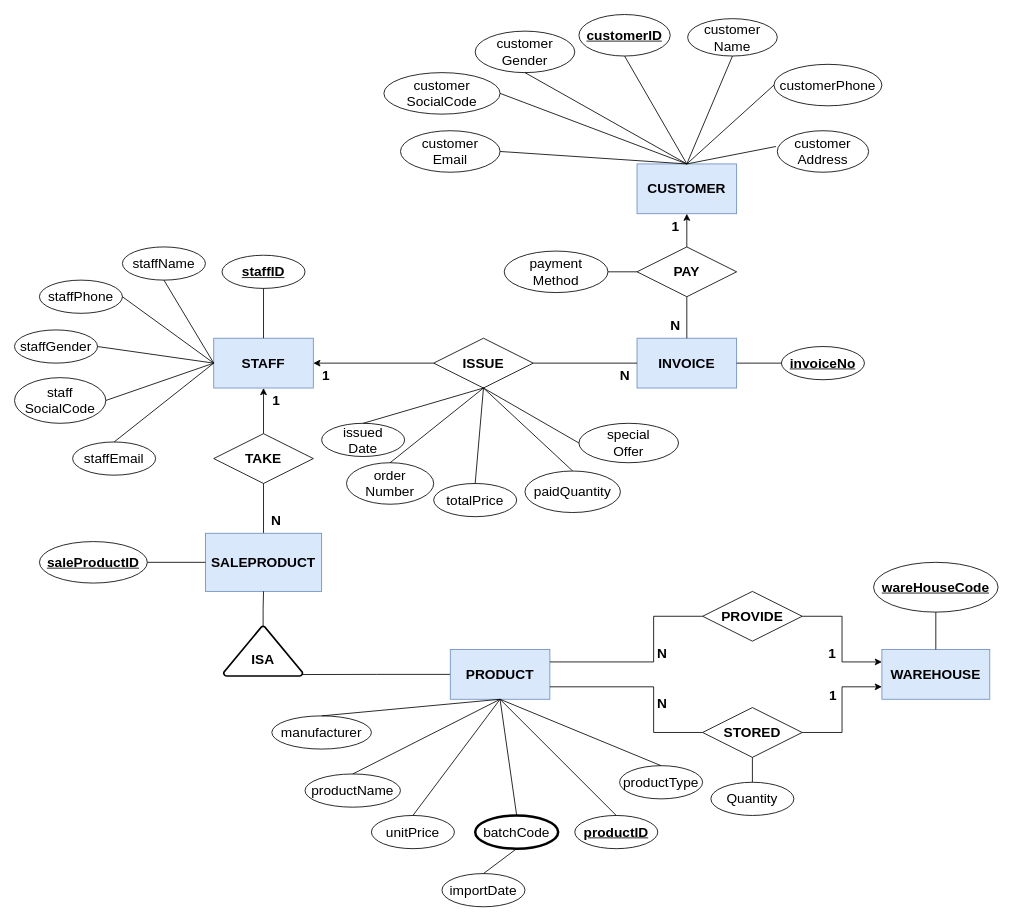
This is ERD.drawio from BradKhai29/DBI202_FinalAssignment, a draw.io file, before an edit. Source tidied: cells renumbered, new cells numbered last; positions are measured from the earlier drawing's top-left corner, leaving out a move shared by most shapes. Both pictures are drawn from the tidied source at 83%, with x=0, y=0 at pixel (14, 14).
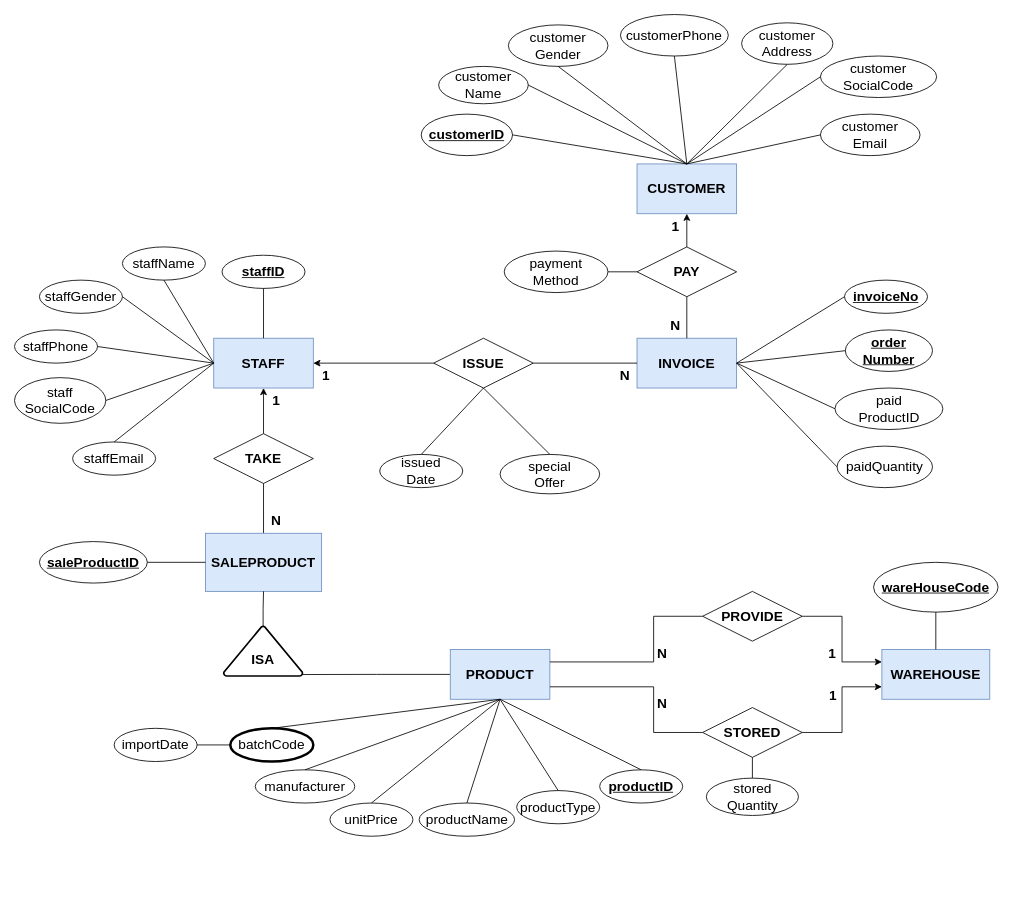
Above is the later version.

The change refers to these unchanged cells:
```xml
<mxCell id="3" value="&lt;span id=&quot;docs-internal-guid-eafbfbee-7fff-0a85-2df2-e815acc4d1be&quot; style=&quot;font-size: 16.5px;&quot;&gt;&lt;span style=&quot;font-size: 16.5px; font-family: Arial; background-color: transparent; font-variant-numeric: normal; font-variant-east-asian: normal; vertical-align: baseline;&quot;&gt;CUSTOMER&lt;/span&gt;&lt;/span&gt;" style="rounded=0;whiteSpace=wrap;html=1;fontStyle=1;fillColor=#dae8fc;strokeColor=#6c8ebf;fontSize=16.5;" parent="1" vertex="1">
  <mxGeometry x="750" y="180" width="120" height="60" as="geometry" />
</mxCell>
<mxCell id="7" value="&lt;span id=&quot;docs-internal-guid-03f4aca6-7fff-a8e5-e9ba-d91f82704c3d&quot; style=&quot;font-size: 16.5px;&quot;&gt;&lt;span style=&quot;font-size: 16.5px; font-family: Arial; background-color: transparent; font-variant-numeric: normal; font-variant-east-asian: normal; vertical-align: baseline;&quot;&gt;INVOICE&lt;/span&gt;&lt;/span&gt;" style="rounded=0;whiteSpace=wrap;html=1;fontStyle=1;fillColor=#dae8fc;strokeColor=#6c8ebf;fontSize=16.5;" parent="1" vertex="1">
  <mxGeometry x="750" y="390" width="120" height="60" as="geometry" />
</mxCell>
<mxCell id="28" value="&lt;span style=&quot;font-size: 16.5px;&quot;&gt;&lt;font style=&quot;font-size: 16.5px;&quot;&gt;ISSUE&lt;/font&gt;&lt;/span&gt;" style="shape=rhombus;perimeter=rhombusPerimeter;whiteSpace=wrap;html=1;align=center;fontStyle=1;fontSize=16.5;" parent="1" vertex="1">
  <mxGeometry x="505" y="390" width="120" height="60" as="geometry" />
</mxCell>
```

What changed in the source:
```diff
@@
-    <mxCell id="17" value="&lt;span style=&quot;font-weight: normal; font-size: 16.5px;&quot;&gt;&lt;font style=&quot;font-size: 16.5px;&quot;&gt;Quantity&lt;/font&gt;&lt;/span&gt;" style="ellipse;whiteSpace=wrap;html=1;align=center;fontStyle=1;fontSize=16.5;" parent="1" vertex="1">
-      <mxGeometry x="839" y="925" width="100" height="40" as="geometry" />
+    <mxCell id="17" value="&lt;span style=&quot;font-weight: normal; font-size: 16.5px;&quot;&gt;&lt;font style=&quot;font-size: 16.5px;&quot;&gt;stored&lt;br&gt;Quantity&lt;/font&gt;&lt;/span&gt;" style="ellipse;whiteSpace=wrap;html=1;align=center;fontStyle=1;fontSize=16.5;" parent="1" vertex="1">
+      <mxGeometry x="833.5" y="920" width="111" height="45" as="geometry" />
     </mxCell>
@@
     <mxCell id="34" value="manufacturer" style="ellipse;whiteSpace=wrap;html=1;align=center;fontSize=16.5;" parent="1" vertex="1">
-      <mxGeometry x="310" y="845" width="120" height="40" as="geometry" />
+      <mxGeometry x="290" y="910" width="120" height="40" as="geometry" />
     </mxCell>
     <mxCell id="35" value="unitPrice" style="ellipse;whiteSpace=wrap;html=1;align=center;fontSize=16.5;" parent="1" vertex="1">
-      <mxGeometry x="430" y="965" width="100" height="40" as="geometry" />
+      <mxGeometry x="380" y="950" width="100" height="40" as="geometry" />
     </mxCell>
     <mxCell id="36" value="productName" style="ellipse;whiteSpace=wrap;html=1;align=center;fontSize=16.5;" parent="1" vertex="1">
-      <mxGeometry x="350" y="915" width="115" height="40" as="geometry" />
+      <mxGeometry x="487.5" y="950" width="115" height="40" as="geometry" />
     </mxCell>
     <mxCell id="37" value="&lt;span id=&quot;docs-internal-guid-5a97de6d-7fff-c634-a1e0-bdd7a97143d5&quot; style=&quot;font-size: 16.5px;&quot;&gt;&lt;span style=&quot;background-color: transparent; font-variant-numeric: normal; font-variant-east-asian: normal; vertical-align: baseline; font-size: 16.5px;&quot;&gt;&lt;font style=&quot;font-size: 16.5px;&quot;&gt;productType&lt;/font&gt;&lt;/span&gt;&lt;/span&gt;" style="ellipse;whiteSpace=wrap;html=1;align=center;fontSize=16.5;" parent="1" vertex="1">
-      <mxGeometry x="729" y="905" width="100" height="40" as="geometry" />
+      <mxGeometry x="605" y="935" width="100" height="40" as="geometry" />
     </mxCell>
     <mxCell id="38" value="&lt;b style=&quot;font-size: 16.5px;&quot;&gt;&lt;font style=&quot;font-size: 16.5px;&quot;&gt;productID&lt;/font&gt;&lt;/b&gt;" style="ellipse;whiteSpace=wrap;html=1;align=center;fontStyle=4;fontSize=16.5;" parent="1" vertex="1">
-      <mxGeometry x="675" y="965" width="100" height="40" as="geometry" />
+      <mxGeometry x="705" y="910" width="100" height="40" as="geometry" />
     </mxCell>
@@
     <mxCell id="41" value="batchCode" style="ellipse;whiteSpace=wrap;html=1;align=center;strokeWidth=3;fontSize=16.5;" parent="1" vertex="1">
-      <mxGeometry x="555" y="965" width="100" height="40" as="geometry" />
+      <mxGeometry x="260" y="860" width="100" height="40" as="geometry" />
     </mxCell>
     <mxCell id="42" value="importDate" style="ellipse;whiteSpace=wrap;html=1;align=center;fontSize=16.5;" parent="1" vertex="1">
-      <mxGeometry x="515" y="1035" width="100" height="40" as="geometry" />
+      <mxGeometry x="120" y="860" width="100" height="40" as="geometry" />
     </mxCell>
-    <mxCell id="43" style="endArrow=none;html=1;rounded=0;fontSize=16.5;exitX=0.5;exitY=0;exitDx=0;exitDy=0;entryX=0.5;entryY=1;entryDx=0;entryDy=0;" parent="1" edge="1" source="42" target="41">
+    <mxCell id="43" style="endArrow=none;html=1;rounded=0;fontSize=16.5;exitX=1;exitY=0.5;exitDx=0;exitDy=0;entryX=0;entryY=0.5;entryDx=0;entryDy=0;" parent="1" edge="1" source="42" target="41">
       <mxGeometry relative="1" as="geometry" />
     </mxCell>
@@
-    <mxCell id="52" value="staffGender" style="ellipse;whiteSpace=wrap;html=1;align=center;strokeWidth=1;fontFamily=Helvetica;fontSize=16.5;" parent="1" vertex="1">
+    <mxCell id="52" value="staffPhone" style="ellipse;whiteSpace=wrap;html=1;align=center;strokeWidth=1;fontFamily=Helvetica;fontSize=16.5;" parent="1" vertex="1">
       <mxGeometry y="380" width="100" height="40" as="geometry" />
     </mxCell>
-    <mxCell id="53" value="staffPhone" style="ellipse;whiteSpace=wrap;html=1;align=center;strokeWidth=1;fontFamily=Helvetica;fontSize=16.5;" parent="1" vertex="1">
+    <mxCell id="53" value="staffGender" style="ellipse;whiteSpace=wrap;html=1;align=center;strokeWidth=1;fontFamily=Helvetica;fontSize=16.5;" parent="1" vertex="1">
       <mxGeometry x="30" y="320" width="100" height="40" as="geometry" />
     </mxCell>
@@
     <mxCell id="62" value="&lt;b style=&quot;font-size: 16.5px;&quot;&gt;customerID&lt;/b&gt;" style="ellipse;whiteSpace=wrap;html=1;align=center;fontStyle=4;strokeWidth=1;fontFamily=Helvetica;fontSize=16.5;" parent="1" vertex="1">
-      <mxGeometry x="680" width="110" height="50" as="geometry" />
+      <mxGeometry x="490" y="120" width="110" height="50" as="geometry" />
     </mxCell>
     <mxCell id="63" value="customer&lt;br style=&quot;font-size: 16.5px;&quot;&gt;Name" style="ellipse;whiteSpace=wrap;html=1;align=center;strokeWidth=1;fontFamily=Helvetica;fontSize=16.5;" parent="1" vertex="1">
-      <mxGeometry x="811" y="5" width="108" height="45" as="geometry" />
+      <mxGeometry x="511" y="62.5" width="108" height="45" as="geometry" />
     </mxCell>
     <mxCell id="64" value="customer&lt;br style=&quot;font-size: 16.5px;&quot;&gt;SocialCode" style="ellipse;whiteSpace=wrap;html=1;align=center;strokeWidth=1;fontFamily=Helvetica;fontSize=16.5;" parent="1" vertex="1">
-      <mxGeometry x="445" y="70" width="140" height="50" as="geometry" />
+      <mxGeometry x="971" y="50" width="140" height="50" as="geometry" />
     </mxCell>
     <mxCell id="65" value="customerPhone" style="ellipse;whiteSpace=wrap;html=1;align=center;strokeWidth=1;fontFamily=Helvetica;fontSize=16.5;" parent="1" vertex="1">
-      <mxGeometry x="915" y="60" width="130" height="50" as="geometry" />
+      <mxGeometry x="730" width="130" height="50" as="geometry" />
     </mxCell>
     <mxCell id="66" value="customer&lt;br style=&quot;font-size: 16.5px;&quot;&gt;Address" style="ellipse;whiteSpace=wrap;html=1;align=center;strokeWidth=1;fontFamily=Helvetica;fontSize=16.5;" parent="1" vertex="1">
-      <mxGeometry x="919" y="140" width="110" height="50" as="geometry" />
+      <mxGeometry x="876" y="10" width="110" height="50" as="geometry" />
     </mxCell>
     <mxCell id="67" value="&lt;span id=&quot;docs-internal-guid-333093ab-7fff-ea09-4fb8-f57cb55c1e04&quot; style=&quot;font-size: 16.5px;&quot;&gt;&lt;span style=&quot;font-size: 16.5px; font-family: Arial; background-color: transparent; font-variant-numeric: normal; font-variant-east-asian: normal; vertical-align: baseline;&quot;&gt;customer&lt;br style=&quot;font-size: 16.5px;&quot;&gt;Email&lt;/span&gt;&lt;/span&gt;" style="ellipse;whiteSpace=wrap;html=1;align=center;strokeWidth=1;fontFamily=Helvetica;fontSize=16.5;" parent="1" vertex="1">
-      <mxGeometry x="465" y="140" width="120" height="50" as="geometry" />
+      <mxGeometry x="971" y="120" width="120" height="50" as="geometry" />
     </mxCell>
     <mxCell id="68" value="customer&lt;br style=&quot;font-size: 16.5px;&quot;&gt;Gender" style="ellipse;whiteSpace=wrap;html=1;align=center;strokeWidth=1;fontFamily=Helvetica;fontSize=16.5;" parent="1" vertex="1">
-      <mxGeometry x="555" y="20" width="120" height="50" as="geometry" />
+      <mxGeometry x="595" y="12.5" width="120" height="50" as="geometry" />
     </mxCell>
-    <mxCell id="69" style="endArrow=none;html=1;rounded=0;fontFamily=Helvetica;fontSize=16.5;exitX=0.5;exitY=0;exitDx=0;exitDy=0;entryX=0.5;entryY=1;entryDx=0;entryDy=0;" parent="1" edge="1" source="3" target="63">
+    <mxCell id="69" style="endArrow=none;html=1;rounded=0;fontFamily=Helvetica;fontSize=16.5;exitX=0.5;exitY=0;exitDx=0;exitDy=0;entryX=1;entryY=0.5;entryDx=0;entryDy=0;" parent="1" edge="1" source="3" target="63">
       <mxGeometry relative="1" as="geometry" />
     </mxCell>
-    <mxCell id="70" style="endArrow=none;html=1;rounded=0;fontFamily=Helvetica;fontSize=16.5;exitX=0.5;exitY=0;exitDx=0;exitDy=0;entryX=0;entryY=0.5;entryDx=0;entryDy=0;" parent="1" edge="1" source="3" target="65">
+    <mxCell id="70" style="endArrow=none;html=1;rounded=0;fontFamily=Helvetica;fontSize=16.5;exitX=0.5;exitY=0;exitDx=0;exitDy=0;entryX=0.5;entryY=1;entryDx=0;entryDy=0;" parent="1" edge="1" source="3" target="65">
       <mxGeometry relative="1" as="geometry" />
     </mxCell>
-    <mxCell id="71" style="endArrow=none;html=1;rounded=0;fontFamily=Helvetica;fontSize=16.5;exitX=0.5;exitY=0;exitDx=0;exitDy=0;entryX=-0.015;entryY=0.38;entryDx=0;entryDy=0;entryPerimeter=0;" parent="1" edge="1" source="3" target="66">
+    <mxCell id="71" style="endArrow=none;html=1;rounded=0;fontFamily=Helvetica;fontSize=16.5;exitX=0.5;exitY=0;exitDx=0;exitDy=0;entryX=0.5;entryY=1;entryDx=0;entryDy=0;" parent="1" edge="1" source="3" target="66">
       <mxGeometry relative="1" as="geometry" />
     </mxCell>
-    <mxCell id="72" style="endArrow=none;html=1;rounded=0;fontFamily=Helvetica;fontSize=16.5;exitX=0.5;exitY=0;exitDx=0;exitDy=0;entryX=1;entryY=0.5;entryDx=0;entryDy=0;" parent="1" edge="1" source="3" target="64">
+    <mxCell id="72" style="endArrow=none;html=1;rounded=0;fontFamily=Helvetica;fontSize=16.5;exitX=0.5;exitY=0;exitDx=0;exitDy=0;entryX=0;entryY=0.5;entryDx=0;entryDy=0;" parent="1" edge="1" source="3" target="64">
       <mxGeometry relative="1" as="geometry" />
     </mxCell>
@@
-    <mxCell id="74" style="endArrow=none;html=1;rounded=0;fontFamily=Helvetica;fontSize=16.5;exitX=1;exitY=0.5;exitDx=0;exitDy=0;entryX=0.5;entryY=0;entryDx=0;entryDy=0;" parent="1" edge="1" source="67" target="3">
+    <mxCell id="74" style="endArrow=none;html=1;rounded=0;fontFamily=Helvetica;fontSize=16.5;exitX=0;exitY=0.5;exitDx=0;exitDy=0;entryX=0.5;entryY=0;entryDx=0;entryDy=0;" parent="1" edge="1" source="67" target="3">
       <mxGeometry relative="1" as="geometry" />
     </mxCell>
-    <mxCell id="75" style="endArrow=none;html=1;rounded=0;fontFamily=Helvetica;fontSize=16.5;exitX=0.5;exitY=0;exitDx=0;exitDy=0;entryX=0.5;entryY=1;entryDx=0;entryDy=0;" parent="1" edge="1" source="3" target="62">
+    <mxCell id="75" style="endArrow=none;html=1;rounded=0;fontFamily=Helvetica;fontSize=16.5;exitX=0.5;exitY=0;exitDx=0;exitDy=0;entryX=1;entryY=0.5;entryDx=0;entryDy=0;" parent="1" edge="1" source="3" target="62">
       <mxGeometry relative="1" as="geometry" />
     </mxCell>
-    <mxCell id="76" value="&lt;span style=&quot;font-weight: normal; font-size: 16.5px;&quot;&gt;paidQuantity&lt;/span&gt;" style="ellipse;whiteSpace=wrap;html=1;align=center;fontStyle=1;fontSize=16.5;" parent="1" vertex="1">
-      <mxGeometry x="615" y="550" width="115" height="50" as="geometry" />
-    </mxCell>
-    <mxCell id="77" style="endArrow=none;html=1;rounded=0;fontFamily=Helvetica;fontSize=16.5;exitX=0.5;exitY=1;exitDx=0;exitDy=0;entryX=0.5;entryY=0;entryDx=0;entryDy=0;" parent="1" edge="1" source="28" target="76">
-      <mxGeometry relative="1" as="geometry" />
-    </mxCell>
     <mxCell id="78" value="&lt;b style=&quot;font-size: 16.5px;&quot;&gt;invoiceNo&lt;/b&gt;" style="ellipse;whiteSpace=wrap;html=1;align=center;fontStyle=4;strokeWidth=1;fontFamily=Helvetica;fontSize=16.5;" parent="1" vertex="1">
-      <mxGeometry x="924" y="400" width="100" height="40" as="geometry" />
+      <mxGeometry x="1000" y="320" width="100" height="40" as="geometry" />
     </mxCell>
@@
     <mxCell id="80" value="special&lt;br style=&quot;font-size: 16.5px;&quot;&gt;Offer" style="ellipse;whiteSpace=wrap;html=1;align=center;strokeWidth=1;fontFamily=Helvetica;fontSize=16.5;" parent="1" vertex="1">
-      <mxGeometry x="680" y="492.5" width="120" height="47.5" as="geometry" />
+      <mxGeometry x="585" y="530" width="120" height="47.5" as="geometry" />
     </mxCell>
-    <mxCell id="81" value="&lt;span style=&quot;font-weight: normal; font-size: 16.5px;&quot;&gt;totalPrice&lt;/span&gt;" style="ellipse;whiteSpace=wrap;html=1;align=center;fontStyle=1;fontSize=16.5;" parent="1" vertex="1">
-      <mxGeometry x="505" y="565" width="100" height="40" as="geometry" />
-    </mxCell>
-    <mxCell id="82" style="endArrow=none;html=1;rounded=0;fontFamily=Helvetica;fontSize=16.5;exitX=0.5;exitY=1;exitDx=0;exitDy=0;entryX=0.5;entryY=0;entryDx=0;entryDy=0;" parent="1" edge="1" source="28" target="81">
-      <mxGeometry relative="1" as="geometry" />
-    </mxCell>
@@
-    <mxCell id="84" value="order&lt;br style=&quot;font-size: 16.5px;&quot;&gt;Number" style="ellipse;whiteSpace=wrap;html=1;align=center;strokeWidth=1;fontFamily=Helvetica;fontSize=16.5;" parent="1" vertex="1">
-      <mxGeometry x="400" y="540" width="105" height="50" as="geometry" />
-    </mxCell>
-    <mxCell id="85" style="endArrow=none;html=1;rounded=0;fontFamily=Helvetica;fontSize=16.5;exitX=0.5;exitY=1;exitDx=0;exitDy=0;entryX=0.5;entryY=0;entryDx=0;entryDy=0;" parent="1" edge="1" source="28" target="84">
-      <mxGeometry relative="1" as="geometry" />
-    </mxCell>
@@
-    <mxCell id="87" style="endArrow=none;html=1;rounded=0;fontFamily=Helvetica;fontSize=16.5;exitX=0.5;exitY=1;exitDx=0;exitDy=0;entryX=0;entryY=0.5;entryDx=0;entryDy=0;" parent="1" edge="1" source="28" target="80">
+    <mxCell id="87" style="endArrow=none;html=1;rounded=0;fontFamily=Helvetica;fontSize=16.5;exitX=0.5;exitY=1;exitDx=0;exitDy=0;entryX=0.5;entryY=0;entryDx=0;entryDy=0;" parent="1" edge="1" source="28" target="80">
       <mxGeometry relative="1" as="geometry" />
     </mxCell>
     <mxCell id="88" value="issued&lt;br style=&quot;font-size: 16.5px;&quot;&gt;Date" style="ellipse;whiteSpace=wrap;html=1;align=center;strokeWidth=1;fontFamily=Helvetica;fontSize=16.5;" parent="1" vertex="1">
-      <mxGeometry x="370" y="492.5" width="100" height="40" as="geometry" />
+      <mxGeometry x="440" y="530" width="100" height="40" as="geometry" />
     </mxCell>
@@
-    <mxCell id="96" style="edgeStyle=orthogonalEdgeStyle;rounded=0;orthogonalLoop=1;jettySize=auto;html=1;exitX=0.5;exitY=1;exitDx=0;exitDy=0;fontSize=16.5;startArrow=classic;startFill=1;endArrow=classic;endFill=1;" parent="1" edge="1" source="84" target="84">
-      <mxGeometry relative="1" as="geometry" />
+    <mxCell id="96" style="edgeStyle=orthogonalEdgeStyle;rounded=0;orthogonalLoop=1;jettySize=auto;html=1;exitX=0.5;exitY=1;exitDx=0;exitDy=0;fontSize=16.5;startArrow=classic;startFill=1;endArrow=classic;endFill=1;" parent="1" edge="1">
+      <mxGeometry relative="1" as="geometry">
+        <mxPoint x="452.5" y="590" as="sourcePoint" />
+        <mxPoint x="452.5" y="590" as="targetPoint" />
+      </mxGeometry>
     </mxCell>
+    <mxCell id="84" value="&lt;b&gt;&lt;u&gt;order&lt;br style=&quot;font-size: 16.5px;&quot;&gt;Number&lt;/u&gt;&lt;/b&gt;" style="ellipse;whiteSpace=wrap;html=1;align=center;strokeWidth=1;fontFamily=Helvetica;fontSize=16.5;" parent="1" vertex="1">
+      <mxGeometry x="1001" y="380" width="105" height="50" as="geometry" />
+    </mxCell>
+    <mxCell id="97" style="endArrow=none;html=1;rounded=0;fontFamily=Helvetica;fontSize=16.5;exitX=1;exitY=0.5;exitDx=0;exitDy=0;entryX=0;entryY=0.5;entryDx=0;entryDy=0;" parent="1" edge="1" source="7" target="84">
+      <mxGeometry relative="1" as="geometry" />
+    </mxCell>
+    <mxCell id="76" value="&lt;span style=&quot;font-weight: normal; font-size: 16.5px;&quot;&gt;paidQuantity&lt;/span&gt;" style="ellipse;whiteSpace=wrap;html=1;align=center;fontStyle=1;fontSize=16.5;" parent="1" vertex="1">
+      <mxGeometry x="991" y="520" width="115" height="50" as="geometry" />
+    </mxCell>
+    <mxCell id="98" style="endArrow=none;html=1;rounded=0;fontFamily=Helvetica;fontSize=16.5;exitX=1;exitY=0.5;exitDx=0;exitDy=0;entryX=0;entryY=0.5;entryDx=0;entryDy=0;" parent="1" edge="1" source="7" target="76">
+      <mxGeometry relative="1" as="geometry" />
+    </mxCell>
+    <mxCell id="99" value="&lt;span style=&quot;font-size: 16.5px; font-weight: normal;&quot;&gt;paid&lt;br&gt;ProductID&lt;/span&gt;" style="ellipse;whiteSpace=wrap;html=1;align=center;fontStyle=1;fontSize=16.5;" parent="1" vertex="1">
+      <mxGeometry x="988.5" y="450" width="130" height="50" as="geometry" />
+    </mxCell>
+    <mxCell id="100" style="endArrow=none;html=1;rounded=0;fontFamily=Helvetica;fontSize=16.5;exitX=1;exitY=0.5;exitDx=0;exitDy=0;entryX=0;entryY=0.5;entryDx=0;entryDy=0;" parent="1" edge="1" source="7" target="99">
+      <mxGeometry relative="1" as="geometry" />
+    </mxCell>
```
